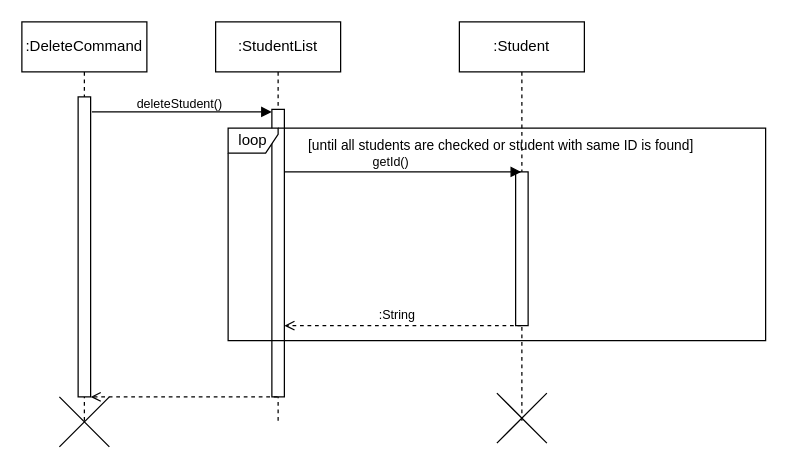
Above: docs/Untitled Diagram.drawio in paulktham/tp (draw.io), before the change. Source tidied: cells renumbered, new cells numbered last; positions are measured from the earlier drawing's top-left corner, leaving out a move shared by most shapes. Both pictures are drawn from the tidied source at 125%, with x=0, y=0 at pixel (21, 21).
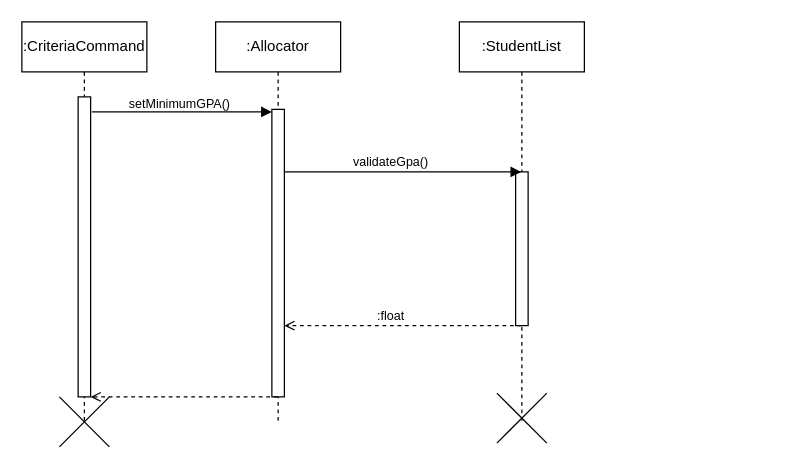
After the change.

Unchanged cells that the change refers to:
```xml
<mxCell id="8" style="html=1;points=[[0,0,0,0,5],[0,1,0,0,-5],[1,0,0,0,5],[1,1,0,0,-5]];perimeter=orthogonalPerimeter;outlineConnect=0;targetShapes=umlLifeline;portConstraint=eastwest;newEdgeStyle={&quot;curved&quot;:0,&quot;rounded&quot;:0};" parent="7" vertex="1">
  <mxGeometry x="45" y="70" width="10" height="230" as="geometry" />
</mxCell>
```

Change to the diagram source:
```diff
@@
-    <mxCell id="2" value=":DeleteCommand" style="shape=umlLifeline;perimeter=lifelinePerimeter;whiteSpace=wrap;html=1;newEdgeStyle={&quot;edgeStyle&quot;:&quot;elbowEdgeStyle&quot;,&quot;elbow&quot;:&quot;vertical&quot;,&quot;curved&quot;:0,&quot;rounded&quot;:0};" parent="1" vertex="1">
+    <mxCell id="2" value=":CriteriaCommand" style="shape=umlLifeline;perimeter=lifelinePerimeter;whiteSpace=wrap;html=1;newEdgeStyle={&quot;edgeStyle&quot;:&quot;elbowEdgeStyle&quot;,&quot;elbow&quot;:&quot;vertical&quot;,&quot;curved&quot;:0,&quot;rounded&quot;:0};" parent="1" vertex="1">
       <mxGeometry width="100" height="320" as="geometry" />
     </mxCell>
@@
-    <mxCell id="4" value=":Student" style="shape=umlLifeline;perimeter=lifelinePerimeter;whiteSpace=wrap;html=1;outlineConnect=0;portConstraint=eastwest;newEdgeStyle={&quot;edgeStyle&quot;:&quot;elbowEdgeStyle&quot;,&quot;elbow&quot;:&quot;vertical&quot;,&quot;curved&quot;:0,&quot;rounded&quot;:0};" parent="1" vertex="1">
+    <mxCell id="4" value=":StudentList" style="shape=umlLifeline;perimeter=lifelinePerimeter;whiteSpace=wrap;html=1;outlineConnect=0;portConstraint=eastwest;newEdgeStyle={&quot;edgeStyle&quot;:&quot;elbowEdgeStyle&quot;,&quot;elbow&quot;:&quot;vertical&quot;,&quot;curved&quot;:0,&quot;rounded&quot;:0};" parent="1" vertex="1">
       <mxGeometry x="350" width="100" height="320" as="geometry" />
     </mxCell>
@@
-    <mxCell id="7" value=":StudentList" style="shape=umlLifeline;perimeter=lifelinePerimeter;whiteSpace=wrap;html=1;newEdgeStyle={&quot;edgeStyle&quot;:&quot;elbowEdgeStyle&quot;,&quot;elbow&quot;:&quot;vertical&quot;,&quot;curved&quot;:0,&quot;rounded&quot;:0};" parent="1" vertex="1">
+    <mxCell id="7" value=":Allocator" style="shape=umlLifeline;perimeter=lifelinePerimeter;whiteSpace=wrap;html=1;newEdgeStyle={&quot;edgeStyle&quot;:&quot;elbowEdgeStyle&quot;,&quot;elbow&quot;:&quot;vertical&quot;,&quot;curved&quot;:0,&quot;rounded&quot;:0};" parent="1" vertex="1">
       <mxGeometry x="155" width="100" height="320" as="geometry" />
     </mxCell>
@@
-    <mxCell id="10" value="&lt;font style=&quot;font-size: 10px;&quot;&gt;deleteStudent()&lt;/font&gt;" style="text;html=1;align=center;verticalAlign=middle;strokeColor=none;fillColor=none;" parent="1" vertex="1">
-      <mxGeometry x="81" y="50" width="90" height="30" as="geometry" />
+    <mxCell id="10" value="&lt;font style=&quot;font-size: 10px;&quot;&gt;setMinimumGPA()&lt;/font&gt;" style="text;html=1;align=center;verticalAlign=middle;strokeColor=none;fillColor=none;" parent="1" vertex="1">
+      <mxGeometry x="76" y="50" width="100" height="30" as="geometry" />
     </mxCell>
-    <mxCell id="11" value="&lt;font style=&quot;font-size: 10px;&quot;&gt;getId()&lt;/font&gt;" style="text;html=1;align=center;verticalAlign=middle;strokeColor=none;fillColor=none;" parent="1" vertex="1">
-      <mxGeometry x="270" y="97" width="50" height="30" as="geometry" />
+    <mxCell id="11" value="&lt;span style=&quot;font-size: 10px;&quot;&gt;validateGpa()&lt;/span&gt;" style="text;html=1;align=center;verticalAlign=middle;strokeColor=none;fillColor=none;" parent="1" vertex="1">
+      <mxGeometry x="255" y="97" width="80" height="30" as="geometry" />
     </mxCell>
@@
-    <mxCell id="15" value="loop" style="shape=umlFrame;whiteSpace=wrap;html=1;width=40;height=20;" parent="1" vertex="1">
-      <mxGeometry x="165" y="85" width="430" height="170" as="geometry" />
-    </mxCell>
-    <mxCell id="16" value="&lt;font style=&quot;font-size: 11px;&quot;&gt;[until all students are checked or student with same ID is found]&lt;/font&gt;" style="text;html=1;align=center;verticalAlign=middle;strokeColor=none;fillColor=none;" parent="15" vertex="1">
-      <mxGeometry x="53" y="-1" width="330" height="30" as="geometry" />
-    </mxCell>
-    <mxCell id="17" value="&lt;font style=&quot;font-size: 10px;&quot;&gt;:String&lt;/font&gt;" style="text;html=1;align=center;verticalAlign=middle;strokeColor=none;fillColor=none;" parent="15" vertex="1">
-      <mxGeometry x="110" y="134" width="50" height="30" as="geometry" />
-    </mxCell>
-    <mxCell id="18" style="html=1;verticalAlign=bottom;labelBackgroundColor=none;endArrow=open;endFill=0;dashed=1;rounded=0;" parent="15" edge="1">
-      <mxGeometry relative="1" as="geometry">
-        <mxPoint x="234.5" y="158" as="sourcePoint" />
-        <mxPoint x="45" y="158" as="targetPoint" />
-        <Array as="points">
-          <mxPoint x="95" y="158" />
-        </Array>
-      </mxGeometry>
-    </mxCell>
+    <mxCell id="19" style="html=1;verticalAlign=bottom;labelBackgroundColor=none;endArrow=open;endFill=0;dashed=1;rounded=0;" parent="1" edge="1" target="8">
+      <mxGeometry relative="1" as="geometry">
+        <mxPoint x="399.5" y="243" as="sourcePoint" />
+        <Array as="points">
+          <mxPoint x="215.5" y="243" />
+        </Array>
+      </mxGeometry>
+    </mxCell>
+    <mxCell id="20" value="&lt;span style=&quot;font-size: 10px;&quot;&gt;:float&lt;/span&gt;" style="text;html=1;align=center;verticalAlign=middle;strokeColor=none;fillColor=none;" parent="1" vertex="1">
+      <mxGeometry x="270" y="220" width="50" height="30" as="geometry" />
+    </mxCell>
```
